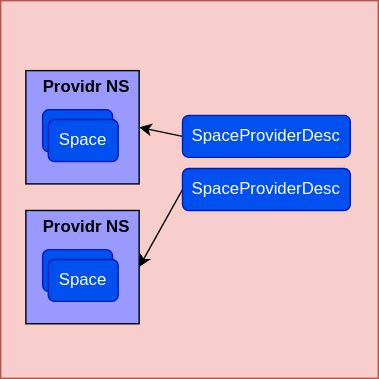
The draw.io diagram space-framework/docs/SF-NS.drawio.svg in kubestellar/kubestellar, before a commit. Source tidied: cells renumbered, new cells last; positions are measured from the earlier drawing's top-left corner, leaving out a move shared by most shapes. Its diagram source:
```xml
<mxGraphModel>
  <root>
    <mxCell id="0" />
    <mxCell id="1" parent="0" />
    <mxCell id="2" style="whiteSpace=wrap;html=1;fillColor=#f8cecc;strokeColor=#b85450;verticalAlign=top;" parent="1" vertex="1">
      <mxGeometry width="270" height="270" as="geometry" />
    </mxCell>
    <mxCell id="3" style="whiteSpace=wrap;html=1;fillColor=#9999FF;" parent="1" vertex="1">
      <mxGeometry x="18" y="50" width="81" height="81" as="geometry" />
    </mxCell>
    <mxCell id="4" value="Space" style="rounded=1;whiteSpace=wrap;html=1;fillColor=#0050ef;fontColor=#ffffff;strokeColor=#001DBC;" parent="1" vertex="1">
      <mxGeometry x="30" y="78" width="50" height="30" as="geometry" />
    </mxCell>
    <mxCell id="5" value="Space" style="rounded=1;whiteSpace=wrap;html=1;fillColor=#0050ef;fontColor=#ffffff;strokeColor=#001DBC;" parent="1" vertex="1">
      <mxGeometry x="34" y="85" width="50" height="30" as="geometry" />
    </mxCell>
    <mxCell id="6" style="edgeStyle=none;rounded=0;jettySize=auto;html=1;exitX=0;exitY=0.5;exitDx=0;exitDy=0;entryX=1;entryY=0.5;entryDx=0;entryDy=0;strokeColor=#000000;" parent="1" edge="1" source="7" target="3">
      <mxGeometry relative="1" as="geometry" />
    </mxCell>
    <mxCell id="7" value="SpaceProviderDesc" style="rounded=1;whiteSpace=wrap;html=1;fillColor=#0050ef;fontColor=#ffffff;strokeColor=#001DBC;" parent="1" vertex="1">
      <mxGeometry x="130" y="82" width="120" height="30" as="geometry" />
    </mxCell>
    <mxCell id="8" value="&lt;font style=&quot;font-size: 12px;&quot;&gt;Providr NS&lt;/font&gt;" style="text;strokeColor=none;fillColor=none;html=1;fontSize=24;fontStyle=1;verticalAlign=middle;align=center;" parent="1" vertex="1">
      <mxGeometry x="11" y="38" width="100" height="40" as="geometry" />
    </mxCell>
    <mxCell id="9" style="whiteSpace=wrap;html=1;fillColor=#9999FF;" parent="1" vertex="1">
      <mxGeometry x="18" y="150" width="81" height="81" as="geometry" />
    </mxCell>
    <mxCell id="10" value="Space" style="rounded=1;whiteSpace=wrap;html=1;fillColor=#0050ef;fontColor=#ffffff;strokeColor=#001DBC;" parent="1" vertex="1">
      <mxGeometry x="30" y="178" width="50" height="30" as="geometry" />
    </mxCell>
    <mxCell id="11" value="Space" style="rounded=1;whiteSpace=wrap;html=1;fillColor=#0050ef;fontColor=#ffffff;strokeColor=#001DBC;" parent="1" vertex="1">
      <mxGeometry x="34" y="185" width="50" height="30" as="geometry" />
    </mxCell>
    <mxCell id="12" style="edgeStyle=none;rounded=0;jettySize=auto;html=1;entryX=1;entryY=0.5;entryDx=0;entryDy=0;strokeColor=#000000;" parent="1" edge="1" target="9">
      <mxGeometry relative="1" as="geometry">
        <mxPoint x="130" y="135" as="sourcePoint" />
      </mxGeometry>
    </mxCell>
    <mxCell id="13" value="SpaceProviderDesc" style="rounded=1;whiteSpace=wrap;html=1;fillColor=#0050ef;fontColor=#ffffff;strokeColor=#001DBC;" parent="1" vertex="1">
      <mxGeometry x="130" y="120" width="120" height="30" as="geometry" />
    </mxCell>
    <mxCell id="14" value="&lt;font style=&quot;font-size: 12px;&quot;&gt;Providr NS&lt;/font&gt;" style="text;strokeColor=none;fillColor=none;html=1;fontSize=24;fontStyle=1;verticalAlign=middle;align=center;" parent="1" vertex="1">
      <mxGeometry x="11" y="138" width="100" height="40" as="geometry" />
    </mxCell>
  </root>
</mxGraphModel>
```
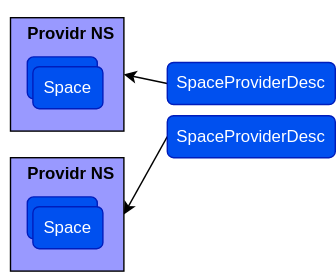
Above is the later version.

Change to the diagram source:
```diff
@@ -2,9 +2,6 @@
   <root>
     <mxCell id="0" />
     <mxCell id="1" parent="0" />
-    <mxCell id="2" style="whiteSpace=wrap;html=1;fillColor=#f8cecc;strokeColor=#b85450;verticalAlign=top;" parent="1" vertex="1">
-      <mxGeometry width="270" height="270" as="geometry" />
-    </mxCell>
     <mxCell id="3" style="whiteSpace=wrap;html=1;fillColor=#9999FF;" parent="1" vertex="1">
       <mxGeometry x="18" y="50" width="81" height="81" as="geometry" />
     </mxCell>
```
